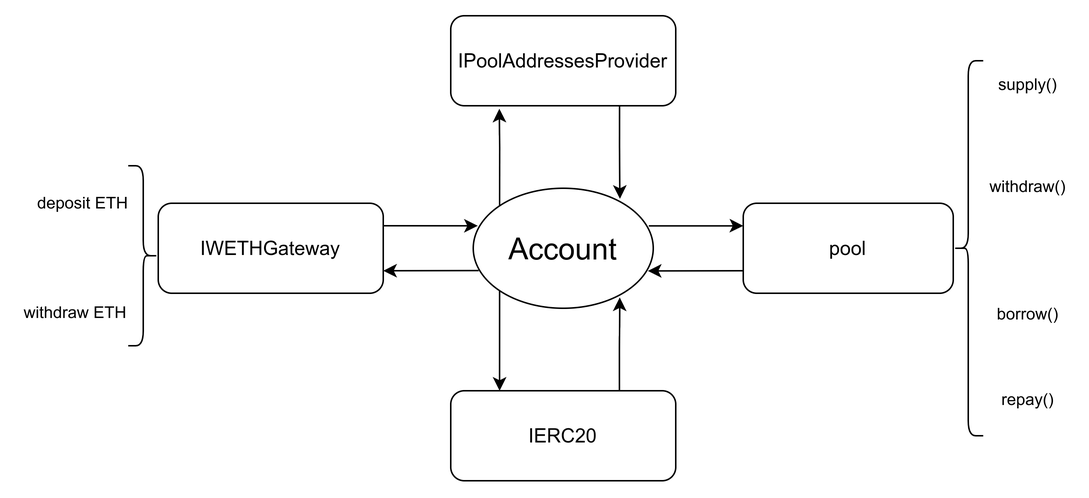
Earlier version of the draw.io export thesis_latex/images/interactionSC.png (cito-lito/ba_thesis). Source tidied: cells renumbered, new cells last; positions are measured from the earlier drawing's top-left corner, leaving out a move shared by most shapes.
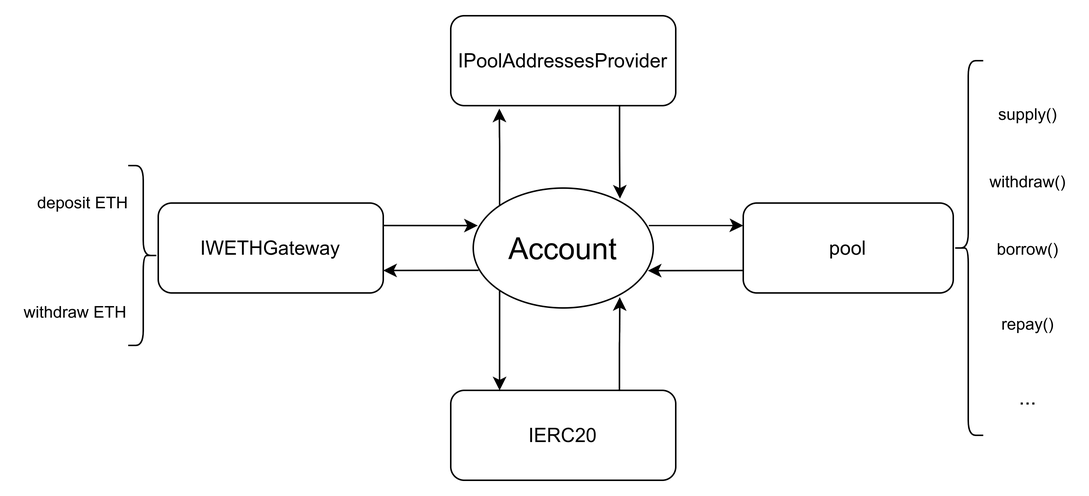
After the commit.

The edit, as a diff of the source:
```diff
@@ -27,16 +27,16 @@
       <mxGeometry x="290" y="250" width="150" height="60" as="geometry" />
     </mxCell>
     <mxCell id="10" value="&lt;font style=&quot;font-size: 11px;&quot;&gt;supply()&lt;/font&gt;" style="text;html=1;strokeColor=none;fillColor=none;align=center;verticalAlign=middle;whiteSpace=wrap;rounded=0;fontSize=13;" parent="1" vertex="1">
-      <mxGeometry x="645" y="30" width="60" height="30" as="geometry" />
+      <mxGeometry x="645" y="50" width="60" height="30" as="geometry" />
     </mxCell>
     <mxCell id="11" value="&lt;font style=&quot;font-size: 11px;&quot;&gt;withdraw()&lt;/font&gt;" style="text;html=1;strokeColor=none;fillColor=none;align=center;verticalAlign=middle;whiteSpace=wrap;rounded=0;fontSize=13;" parent="1" vertex="1">
-      <mxGeometry x="645" y="97.5" width="60" height="30" as="geometry" />
+      <mxGeometry x="645" y="95" width="60" height="30" as="geometry" />
     </mxCell>
     <mxCell id="12" value="&lt;font style=&quot;font-size: 11px;&quot;&gt;borrow()&lt;/font&gt;" style="text;html=1;strokeColor=none;fillColor=none;align=center;verticalAlign=middle;whiteSpace=wrap;rounded=0;fontSize=13;" parent="1" vertex="1">
-      <mxGeometry x="645" y="182.5" width="60" height="30" as="geometry" />
+      <mxGeometry x="645" y="140" width="60" height="30" as="geometry" />
     </mxCell>
     <mxCell id="13" value="&lt;font style=&quot;font-size: 11px;&quot;&gt;repay()&lt;/font&gt;" style="text;html=1;strokeColor=none;fillColor=none;align=center;verticalAlign=middle;whiteSpace=wrap;rounded=0;fontSize=13;" parent="1" vertex="1">
-      <mxGeometry x="645" y="240" width="60" height="30" as="geometry" />
+      <mxGeometry x="645" y="190" width="60" height="30" as="geometry" />
     </mxCell>
     <mxCell id="14" style="edgeStyle=orthogonalEdgeStyle;rounded=0;jettySize=auto;html=1;exitX=1;exitY=0.25;exitDx=0;exitDy=0;entryX=0.025;entryY=0.313;entryDx=0;entryDy=0;entryPerimeter=0;fontSize=13;" parent="1" edge="1" source="15" target="7">
       <mxGeometry relative="1" as="geometry" />
@@ -75,5 +75,8 @@
     <mxCell id="22" value="&lt;font style=&quot;font-size: 11px;&quot;&gt;withdraw ETH&lt;/font&gt;" style="text;html=1;strokeColor=none;fillColor=none;align=center;verticalAlign=middle;whiteSpace=wrap;rounded=0;" parent="1" vertex="1">
       <mxGeometry y="182.5" width="80" height="30" as="geometry" />
     </mxCell>
+    <mxCell id="23" value="&lt;font style=&quot;font-size: 14px;&quot;&gt;...&lt;/font&gt;" style="text;html=1;strokeColor=none;fillColor=none;align=center;verticalAlign=middle;whiteSpace=wrap;rounded=0;fontSize=13;" parent="1" vertex="1">
+      <mxGeometry x="645" y="240" width="60" height="30" as="geometry" />
+    </mxCell>
   </root>
 </mxGraphModel>
```
